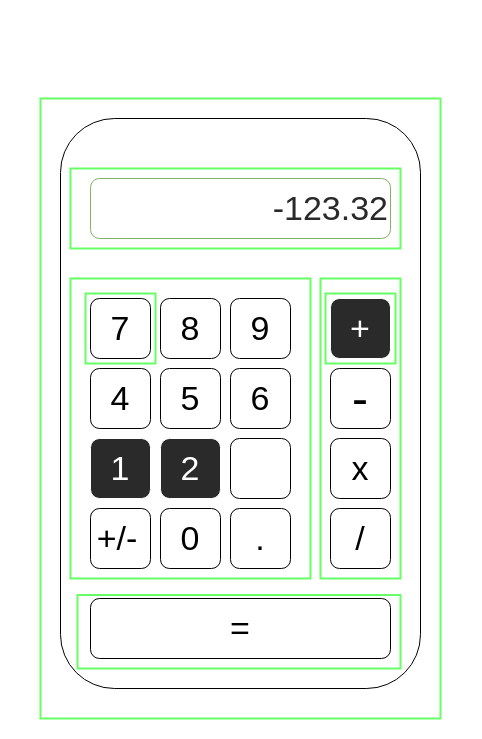
This is page "Components v2" (2 of 3) of calculator-design.drawio from nicfheorais/calculator-react-jest, a draw.io file, before an edit. Source tidied: cells renumbered, new cells numbered last; positions are measured from the earlier drawing's top-left corner, leaving out a move shared by most shapes. Both pictures are drawn from the tidied source at 100%, with x=0, y=0 at pixel (40, 98).
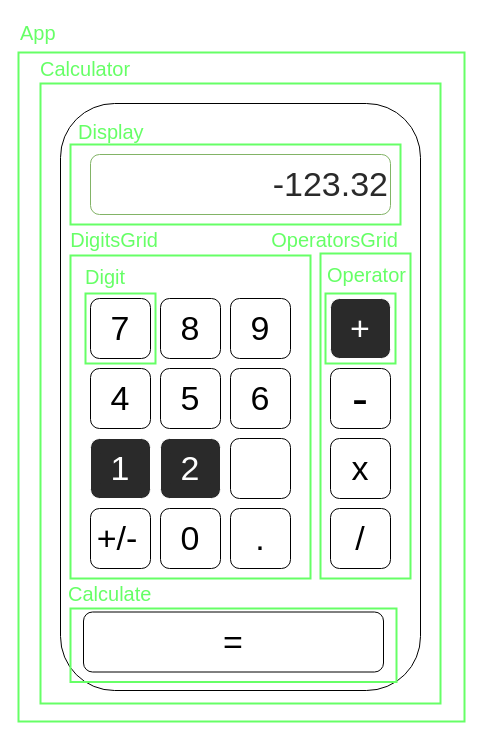
After the change.

The edit, as a diff of the source:
```diff
@@
+    <mxCell id="4" style="whiteSpace=wrap;html=1;labelBackgroundColor=none;fontSize=34;fontColor=#2A2A2A;strokeColor=#66FF66;fillColor=none;strokeWidth=2;" parent="1" vertex="1">
+      <mxGeometry y="-15" width="400" height="620" as="geometry" />
+    </mxCell>
+    <mxCell id="45" style="whiteSpace=wrap;html=1;labelBackgroundColor=none;fontSize=34;fontColor=#2A2A2A;strokeColor=#66FF66;fillColor=none;strokeWidth=2;" parent="1" vertex="1">
+      <mxGeometry x="-22" y="-46" width="446" height="669" as="geometry" />
+    </mxCell>
     <mxCell id="2" style="rounded=1;whiteSpace=wrap;html=1;" parent="1" vertex="1">
-      <mxGeometry x="20" y="20" width="360" height="570" as="geometry" />
+      <mxGeometry x="20" y="5" width="360" height="587" as="geometry" />
     </mxCell>
     <mxCell id="3" style="rounded=1;whiteSpace=wrap;html=1;" parent="1" vertex="1">
-      <mxGeometry x="50" y="500" width="300" height="60" as="geometry" />
+      <mxGeometry x="43" y="513.5" width="300" height="60" as="geometry" />
     </mxCell>
-    <mxCell id="4" style="whiteSpace=wrap;html=1;labelBackgroundColor=none;fontSize=34;fontColor=#2A2A2A;strokeColor=#66FF66;fillColor=none;strokeWidth=2;" parent="1" vertex="1">
-      <mxGeometry width="400" height="620" as="geometry" />
-    </mxCell>
     <mxCell id="5" style="whiteSpace=wrap;html=1;labelBackgroundColor=none;fontSize=34;fontColor=#2A2A2A;strokeColor=#66FF66;fillColor=none;strokeWidth=2;" parent="1" vertex="1">
-      <mxGeometry x="30" y="180" width="240" height="300" as="geometry" />
+      <mxGeometry x="30" y="157" width="240" height="323" as="geometry" />
     </mxCell>
     <mxCell id="6" value="&lt;font style=&quot;font-size: 34px&quot; color=&quot;#2a2a2a&quot;&gt;-123.32&lt;/font&gt;" style="rounded=1;whiteSpace=wrap;html=1;fillColor=#FFFFFF;strokeColor=#82b366;align=right;" parent="1" vertex="1">
-      <mxGeometry x="50" y="80" width="300" height="60" as="geometry" />
+      <mxGeometry x="50" y="56" width="300" height="60" as="geometry" />
     </mxCell>
@@
     <mxCell id="35" style="whiteSpace=wrap;html=1;labelBackgroundColor=none;fontSize=34;fontColor=#2A2A2A;strokeColor=#66FF66;fillColor=none;strokeWidth=2;" parent="1" vertex="1">
-      <mxGeometry x="280" y="180" width="80" height="300" as="geometry" />
+      <mxGeometry x="280" y="155" width="90" height="325" as="geometry" />
     </mxCell>
     <mxCell id="36" style="whiteSpace=wrap;html=1;labelBackgroundColor=none;fontSize=34;fontColor=#2A2A2A;strokeColor=#66FF66;fillColor=none;strokeWidth=2;" parent="1" vertex="1">
-      <mxGeometry x="30" y="70" width="330" height="80" as="geometry" />
+      <mxGeometry x="30" y="46" width="330" height="80" as="geometry" />
     </mxCell>
     <mxCell id="37" value="=" style="text;html=1;strokeColor=none;fillColor=none;align=center;verticalAlign=middle;whiteSpace=wrap;rounded=0;fontSize=34;" parent="1" vertex="1">
-      <mxGeometry x="170" y="515" width="60" height="30" as="geometry" />
+      <mxGeometry x="163" y="528.5" width="60" height="30" as="geometry" />
     </mxCell>
@@
     <mxCell id="44" style="whiteSpace=wrap;html=1;labelBackgroundColor=none;fontSize=34;fontColor=#2A2A2A;strokeColor=#66FF66;fillColor=none;strokeWidth=2;" parent="1" vertex="1">
-      <mxGeometry x="37" y="496.5" width="323" height="73.5" as="geometry" />
+      <mxGeometry x="30" y="510" width="326" height="73.5" as="geometry" />
     </mxCell>
+    <mxCell id="46" value="Display" style="text;html=1;strokeColor=none;fillColor=none;align=left;verticalAlign=middle;whiteSpace=wrap;rounded=0;fontSize=20;fontColor=#66FF66;" parent="1" vertex="1">
+      <mxGeometry x="36" y="18" width="80" height="30" as="geometry" />
+    </mxCell>
+    <mxCell id="47" value="Operator" style="text;html=1;strokeColor=none;fillColor=none;align=left;verticalAlign=middle;whiteSpace=wrap;rounded=0;fontSize=20;fontColor=#66FF66;" parent="1" vertex="1">
+      <mxGeometry x="285" y="161" width="95" height="30" as="geometry" />
+    </mxCell>
+    <mxCell id="48" value="OperatorsGrid" style="text;html=1;strokeColor=none;fillColor=none;align=right;verticalAlign=middle;whiteSpace=wrap;rounded=0;fontSize=20;fontColor=#66FF66;" parent="1" vertex="1">
+      <mxGeometry x="203" y="126" width="157" height="30" as="geometry" />
+    </mxCell>
+    <mxCell id="49" value="Calculate" style="text;html=1;strokeColor=none;fillColor=none;align=left;verticalAlign=middle;whiteSpace=wrap;rounded=0;fontSize=20;fontColor=#66FF66;" parent="1" vertex="1">
+      <mxGeometry x="26" y="480" width="157" height="30" as="geometry" />
+    </mxCell>
+    <mxCell id="50" value="DigitsGrid" style="text;html=1;strokeColor=none;fillColor=none;align=right;verticalAlign=middle;whiteSpace=wrap;rounded=0;fontSize=20;fontColor=#66FF66;" parent="1" vertex="1">
+      <mxGeometry x="12" y="126" width="108" height="30" as="geometry" />
+    </mxCell>
+    <mxCell id="51" value="Digit" style="text;html=1;strokeColor=none;fillColor=none;align=left;verticalAlign=middle;whiteSpace=wrap;rounded=0;fontSize=20;fontColor=#66FF66;" parent="1" vertex="1">
+      <mxGeometry x="43" y="163" width="87" height="30" as="geometry" />
+    </mxCell>
+    <mxCell id="52" value="Calculator" style="text;html=1;strokeColor=none;fillColor=none;align=left;verticalAlign=middle;whiteSpace=wrap;rounded=0;fontSize=20;fontColor=#66FF66;" parent="1" vertex="1">
+      <mxGeometry x="-2" y="-45" width="80" height="30" as="geometry" />
+    </mxCell>
+    <mxCell id="53" value="App" style="text;html=1;strokeColor=none;fillColor=none;align=left;verticalAlign=middle;whiteSpace=wrap;rounded=0;fontSize=20;fontColor=#66FF66;" parent="1" vertex="1">
+      <mxGeometry x="-22" y="-81" width="80" height="30" as="geometry" />
+    </mxCell>
```
